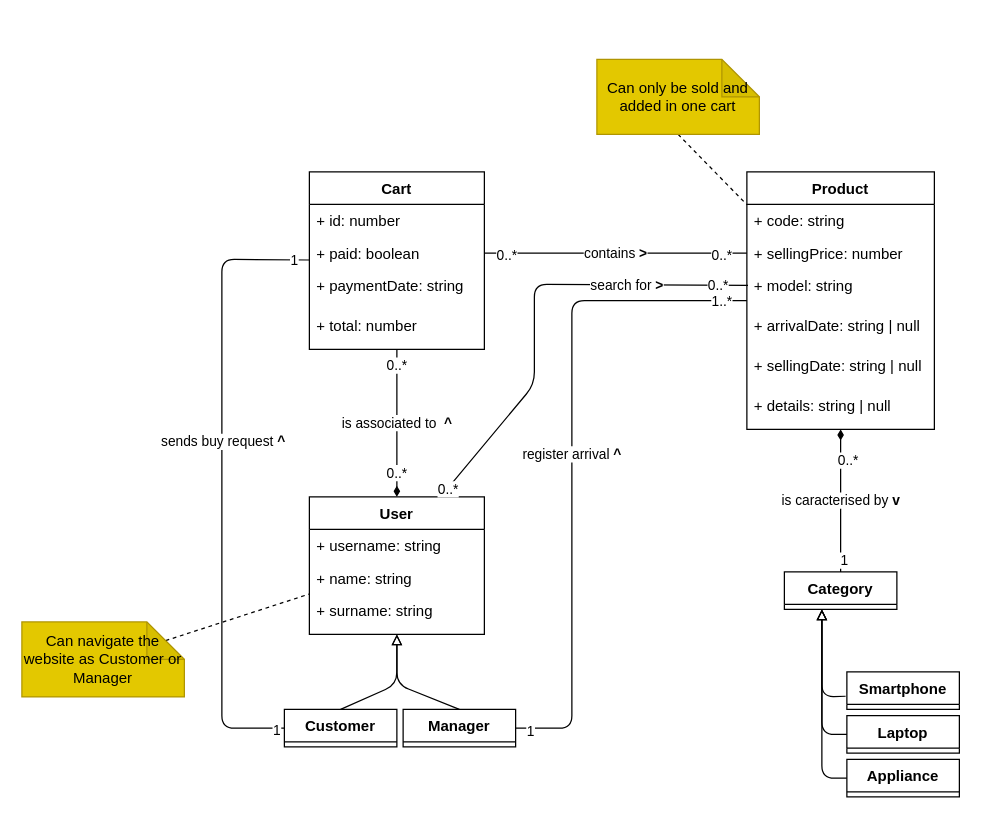
The draw.io diagram page "V1" (1 of 2) of figures/glossary.drawio in eduardz1/EZElectronics, before the edit. Source tidied: cells renumbered, new cells numbered last; positions are measured from the earlier drawing's top-left corner, leaving out a move shared by most shapes. Both pictures are drawn from the tidied source at 125%, with x=0, y=0 at pixel (21, 59).
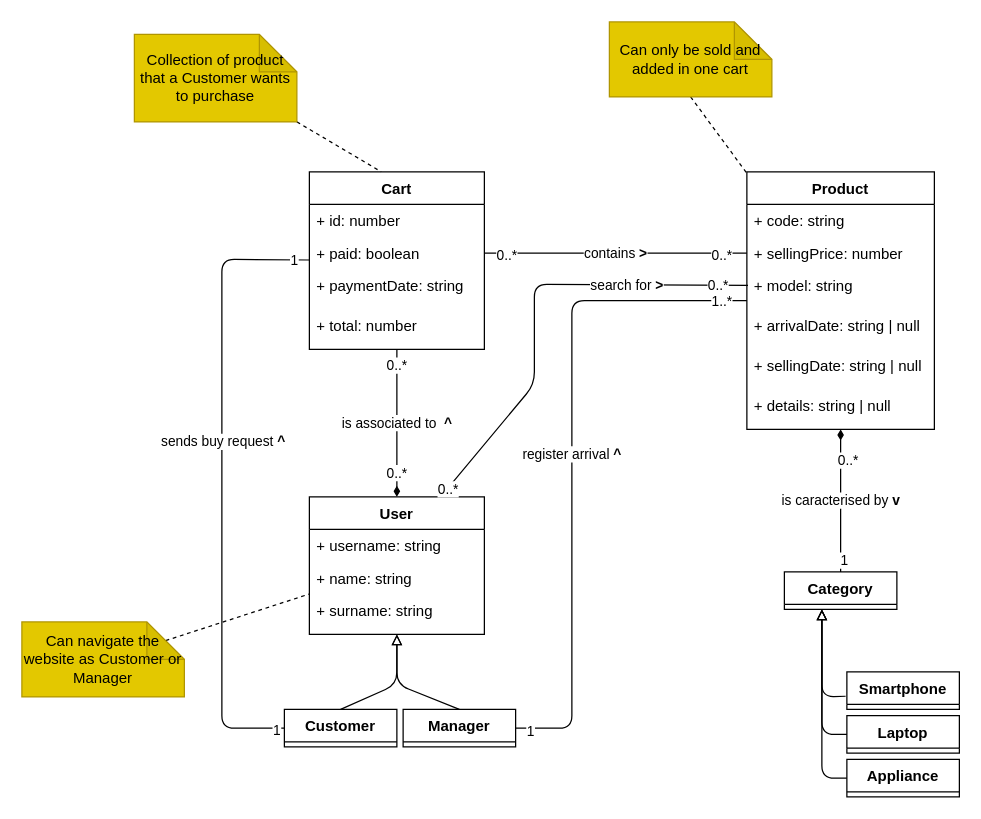
After the change.

Unchanged cells that the change refers to:
```xml
<mxCell id="20" value="Cart" style="swimlane;fontStyle=1;horizontal=1;startSize=26;fillColor=none;" parent="1" vertex="1">
  <mxGeometry x="230" y="90" width="140" height="142" as="geometry" />
</mxCell>
```

Diff of the diagram source:
```diff
@@
-    <mxCell id="14" value="Customer" style="swimlane;fontStyle=1;horizontal=1;startSize=26;fillColor=none;" parent="1" vertex="1">
+    <mxCell id="14" value="Customer" style="swimlane;fontStyle=1;horizontal=1;startSize=26;fillColor=none;rounded=0;swimlaneLine=1;" parent="1" vertex="1">
       <mxGeometry x="210" y="520" width="90" height="30" as="geometry" />
     </mxCell>
@@
     <mxCell id="46" value="Can only be sold and added in one cart" style="shape=note;whiteSpace=wrap;html=1;backgroundOutline=1;darkOpacity=0.05;fillColor=#e3c800;strokeColor=#B09500;fontColor=#000000;" parent="1" vertex="1">
-      <mxGeometry x="460" width="130" height="60" as="geometry" />
+      <mxGeometry x="470" y="-30" width="130" height="60" as="geometry" />
     </mxCell>
@@
+    <mxCell id="53" style="edgeStyle=none;html=1;exitX=1;exitY=1;exitDx=0;exitDy=0;exitPerimeter=0;entryX=0.41;entryY=-0.001;entryDx=0;entryDy=0;entryPerimeter=0;endArrow=none;endFill=0;dashed=1;" parent="1" edge="1" source="54" target="20">
+      <mxGeometry relative="1" as="geometry" />
+    </mxCell>
+    <mxCell id="54" value="Collection of product that a Customer wants to purchase" style="shape=note;whiteSpace=wrap;html=1;backgroundOutline=1;darkOpacity=0.05;fillColor=#e3c800;strokeColor=#B09500;fontColor=#000000;" parent="1" vertex="1">
+      <mxGeometry x="90" y="-20" width="130" height="70" as="geometry" />
+    </mxCell>
```
